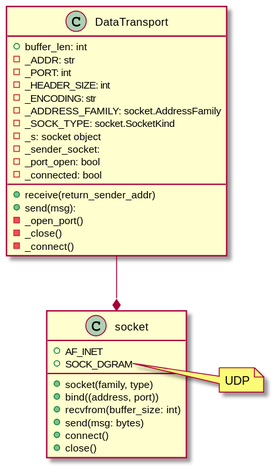
NielsDyrberg/szs_datatransport keeps this PlantUML diagram as diagrams/class_diagram.svg. Above is the earlier version.
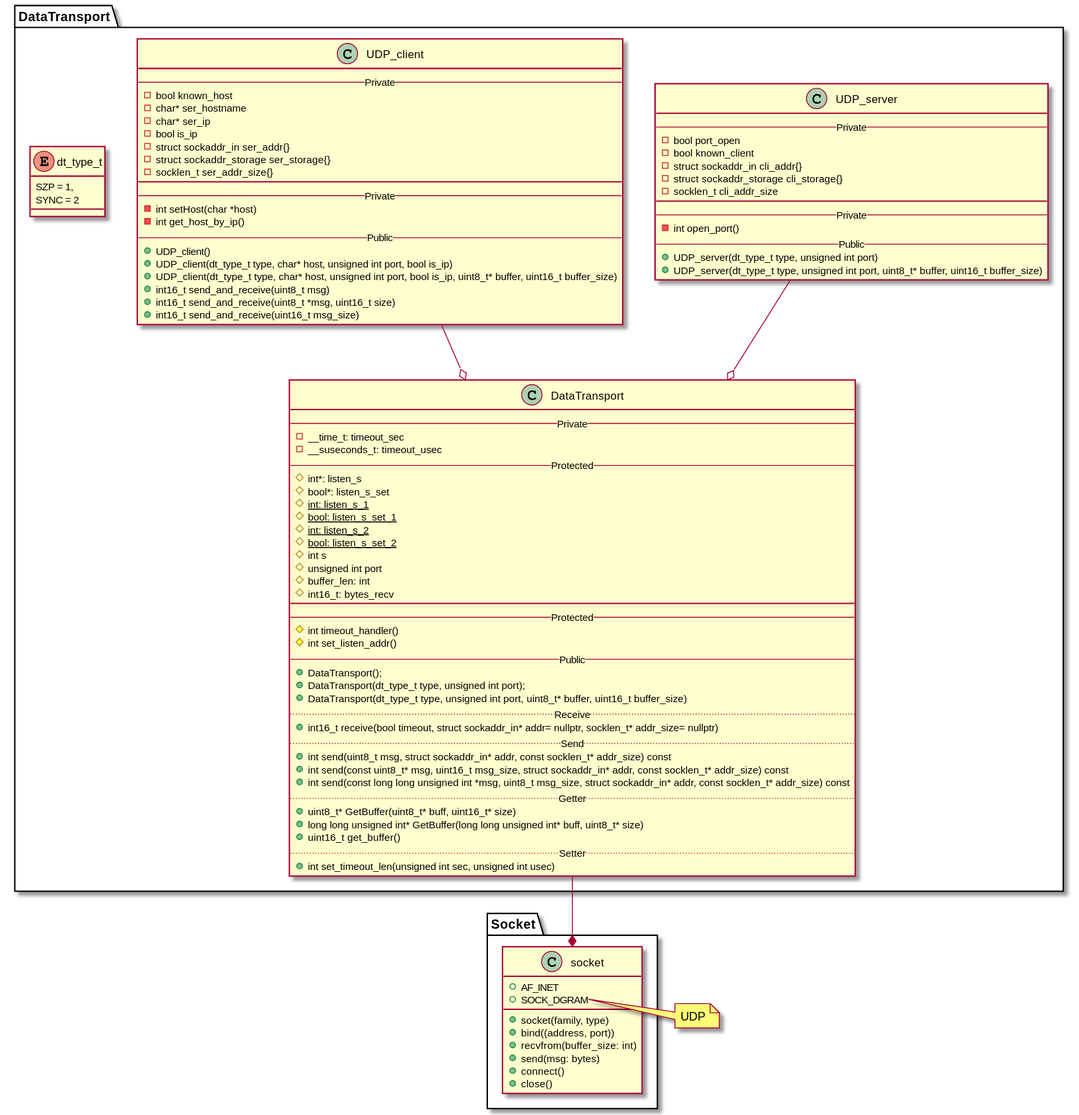
Later version of the same file.

Commit message:
Added comments for DataTransport

Diff of the diagram source:
```diff
@@ -1,25 +1,92 @@
 @startuml class_diagram
 
-DataTransport --* socket
+package DataTransport{
+    UDP_server --o DataTransport
+    UDP_client --o DataTransport
+
+    enum dt_type_t{
+        SZP = 1,
+        SYNC = 2
+    }
+}
+
+package Socket{
+    DataTransport --* socket
+}
+
+
+class UDP_server {
+    --Private--
+    - bool port_open
+    - bool known_client
+    - struct sockaddr_in cli_addr{}
+    - struct sockaddr_storage cli_storage{}
+    - socklen_t cli_addr_size
+    ___
+    --Private--
+    - int open_port()
+    --Public--
+    + UDP_server(dt_type_t type, unsigned int port)
+    + UDP_server(dt_type_t type, unsigned int port, uint8_t* buffer, uint16_t buffer_size)
+}
+
+class UDP_client {
+    --Private--
+    - bool known_host
+    - char* ser_hostname
+    - char* ser_ip
+    - bool is_ip
+    - struct sockaddr_in ser_addr{}
+    - struct sockaddr_storage ser_storage{}
+    - socklen_t ser_addr_size{}
+    ___
+    --Private--
+    - int setHost(char *host)
+    - int get_host_by_ip()
+    --Public--
+    + UDP_client()
+    + UDP_client(dt_type_t type, char* host, unsigned int port, bool is_ip)
+    + UDP_client(dt_type_t type, char* host, unsigned int port, bool is_ip, uint8_t* buffer, uint16_t buffer_size)
+    + int16_t send_and_receive(uint8_t msg)
+    + int16_t send_and_receive(uint8_t *msg, uint16_t size)
+    + int16_t send_and_receive(uint16_t msg_size)
+}
 
 class DataTransport {
-    + buffer_len: int
-    - _ADDR: str
-    - _PORT: int
-    - _HEADER_SIZE: int
-    - _ENCODING: str
-    - _ADDRESS_FAMILY: socket.AddressFamily
-    - _SOCK_TYPE: socket.SocketKind
-    - _s: socket object
-    - _sender_socket:
-    - _port_open: bool
-    - _connected: bool
-
-    + receive(return_sender_addr)
-    + send(msg):
-    - _open_port()
-    - _close()
-    - _connect()
+    --Private--
+    - __time_t: timeout_sec
+    - __suseconds_t: timeout_usec
+    --Protected--
+    # int*: listen_s
+    # bool*: listen_s_set
+    # {static} int: listen_s_1
+    # {static} bool: listen_s_set_1
+    # {static} int: listen_s_2
+    # {static} bool: listen_s_set_2
+    # int s
+    # unsigned int port
+    # buffer_len: int
+    # int16_t: bytes_recv
+    ___
+    --Protected--
+    # int timeout_handler()
+    # int set_listen_addr()
+    --Public--
+    + DataTransport();
+    + DataTransport(dt_type_t type, unsigned int port);
+    + DataTransport(dt_type_t type, unsigned int port, uint8_t* buffer, uint16_t buffer_size)
+    ..Receive..
+    + int16_t receive(bool timeout, struct sockaddr_in* addr= nullptr, socklen_t* addr_size= nullptr)
+    ..Send..
+    + int send(uint8_t msg, struct sockaddr_in* addr, const socklen_t* addr_size) const
+    + int send(const uint8_t* msg, uint16_t msg_size, struct sockaddr_in* addr, const socklen_t* addr_size) const
+    + int send(const long long unsigned int *msg, uint8_t msg_size, struct sockaddr_in* addr, const socklen_t* addr_size) const
+    ..Getter..
+    + uint8_t* GetBuffer(uint8_t* buff, uint16_t* size)
+    + long long unsigned int* GetBuffer(long long unsigned int* buff, uint8_t* size)
+    + uint16_t get_buffer()
+    ..Setter..
+    + int set_timeout_len(unsigned int sec, unsigned int usec)
 }
 
 class socket {
```
